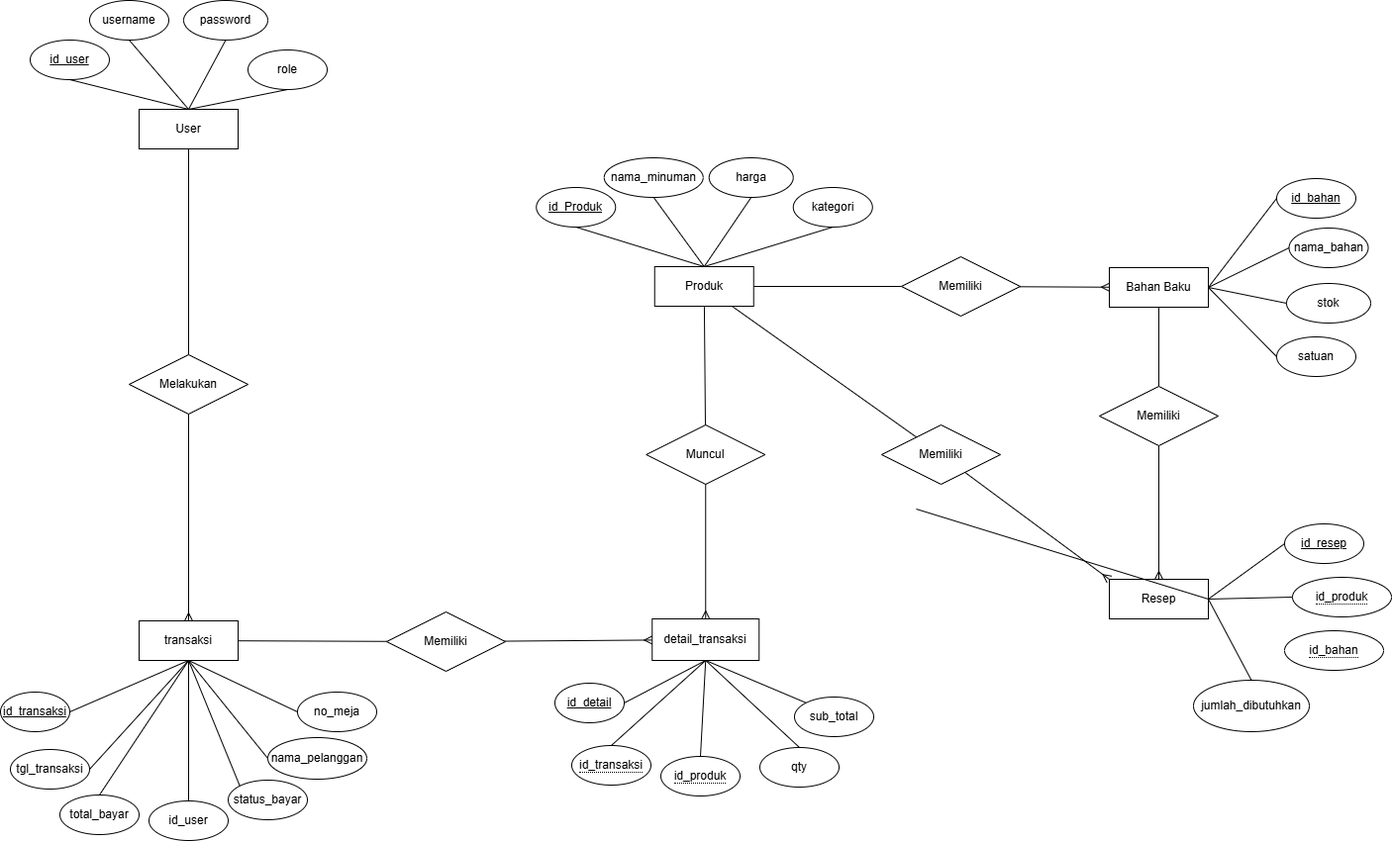
Before: project_drink_store.drawio.png, a diagram exported from draw.io (DeblonZT/project_drink_store). Source tidied: cells renumbered, new cells last; positions are measured from the earlier drawing's top-left corner, leaving out a move shared by most shapes.
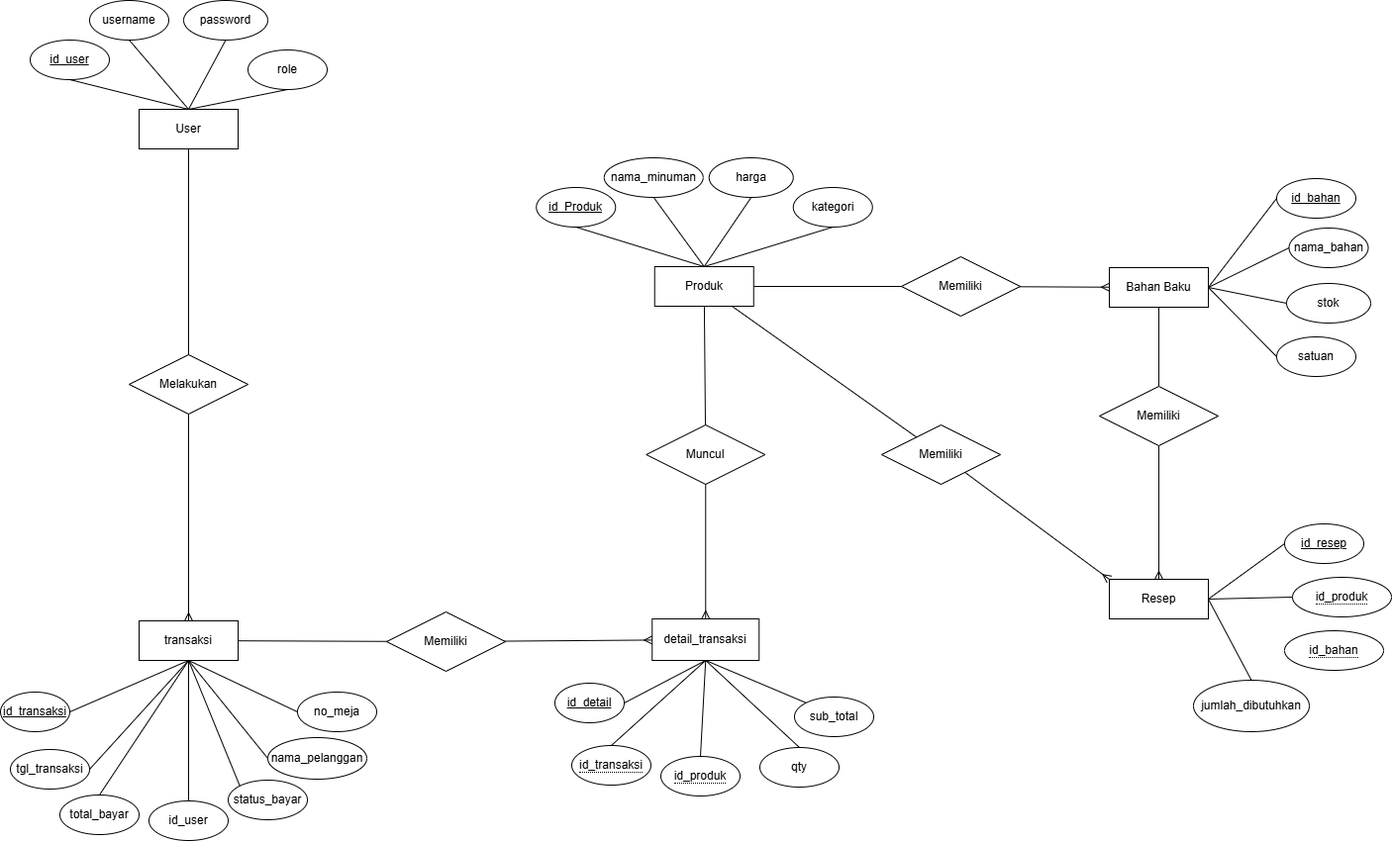
After the change.

Diff of the diagram source:
```diff
@@ -119,11 +119,6 @@
     <mxCell id="40" style="endArrow=none;html=1;rounded=0;exitX=0;exitY=0.5;exitDx=0;exitDy=0;entryX=1;entryY=0.5;entryDx=0;entryDy=0;" parent="1" edge="1" source="4" target="36">
       <mxGeometry relative="1" as="geometry" />
     </mxCell>
-    <mxCell id="41" style="endArrow=none;html=1;rounded=0;exitX=0;exitY=0.5;exitDx=0;exitDy=0;entryX=1;entryY=0.5;entryDx=0;entryDy=0;" parent="1" edge="1" target="36">
-      <mxGeometry relative="1" as="geometry">
-        <mxPoint x="925" y="514" as="sourcePoint" />
-      </mxGeometry>
-    </mxCell>
     <mxCell id="42" style="endArrow=none;html=1;rounded=0;exitX=0.5;exitY=0;exitDx=0;exitDy=0;entryX=1;entryY=0.5;entryDx=0;entryDy=0;" parent="1" edge="1" source="35" target="36">
       <mxGeometry relative="1" as="geometry" />
     </mxCell>
```
